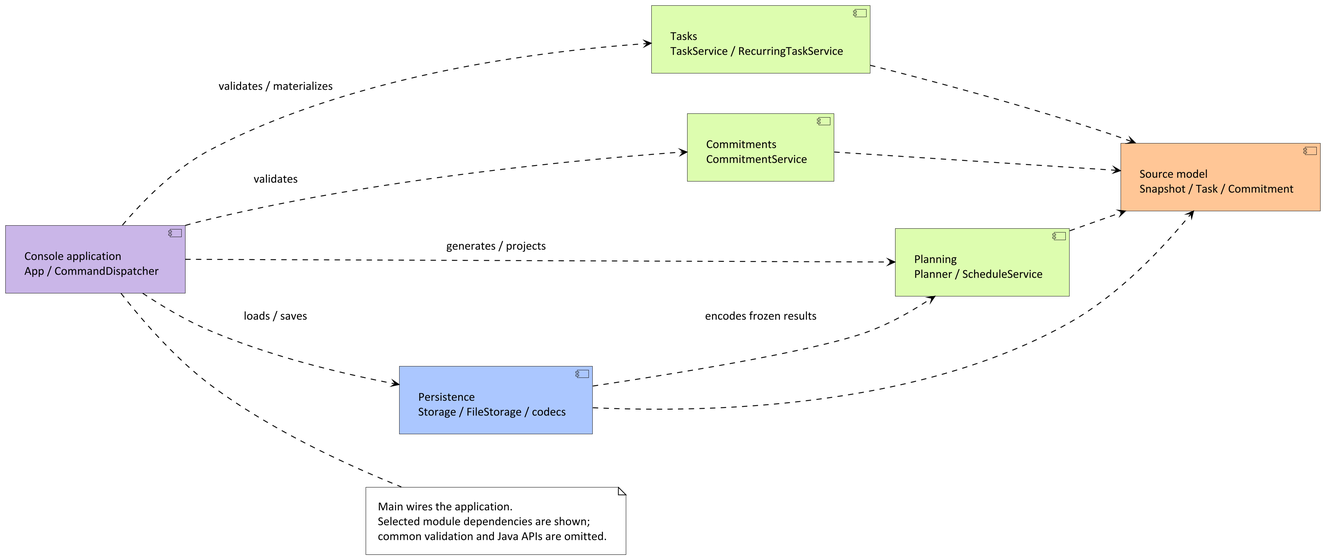
Above: docs/images/architecture.png in AY2627S1-CS2113-T10-1/tp (PlantUML), before the change. Its source is kept beside it as docs/diagrams/architecture.puml.
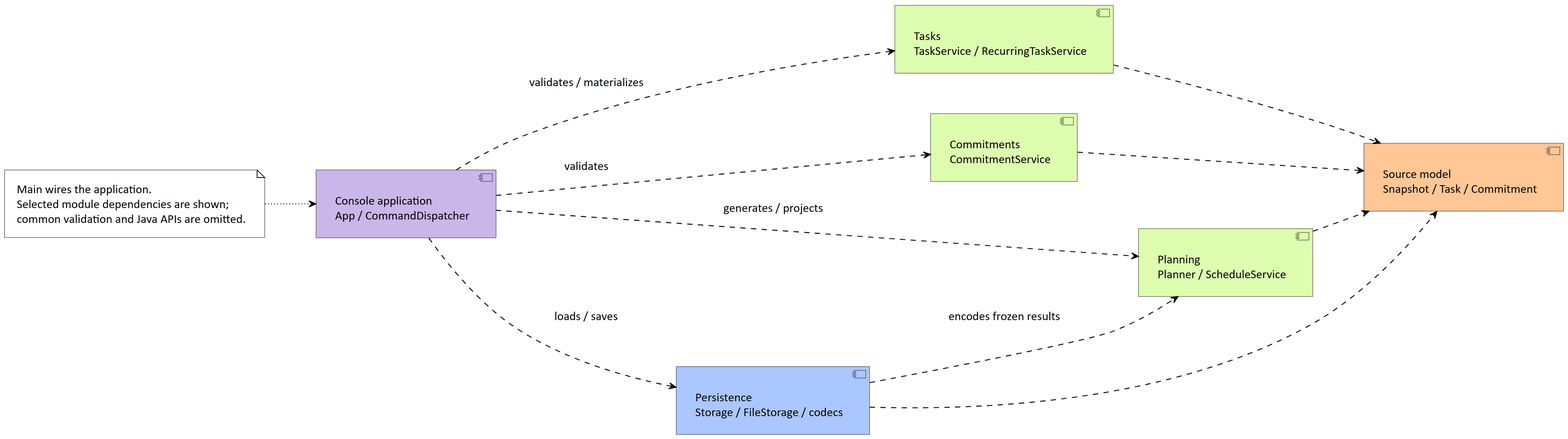
Later version of the same file.

The edit, as a diff of the source:
```diff
@@ -25,5 +25,5 @@
   Selected module dependencies are shown;
   common validation and Java APIs are omitted.
 end note
-Console .. ConsoleNote
+ConsoleNote -[dotted]-> Console
 @enduml
```
